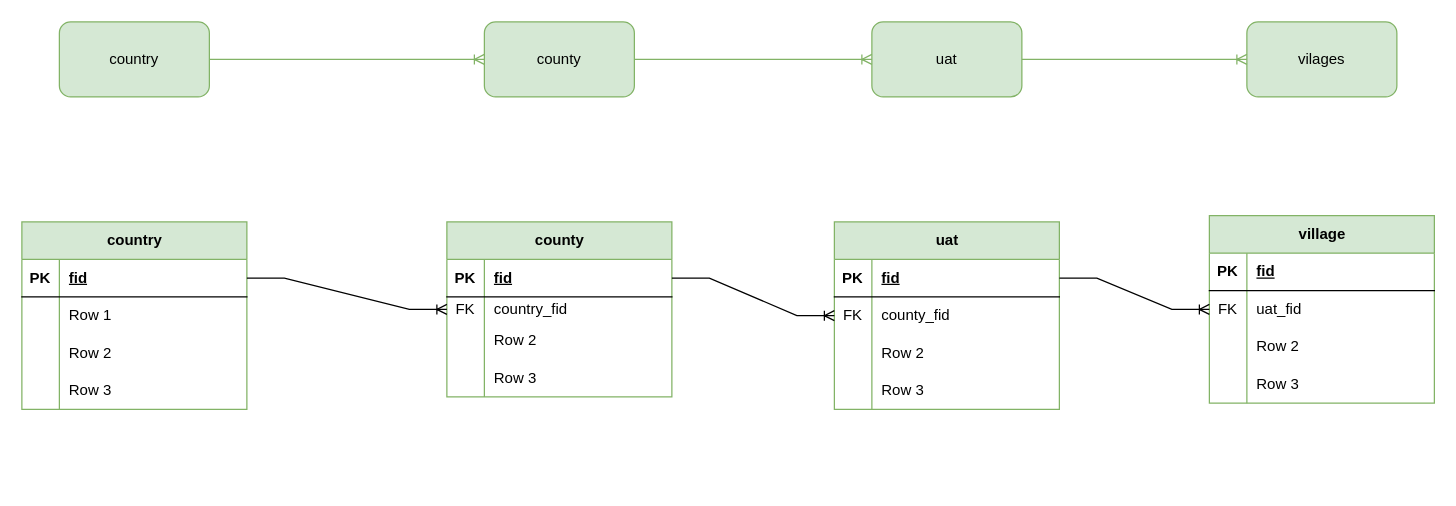
Before: spatial.drawio in vitorjurj/spatial_db, a draw.io diagram. Source tidied: cells renumbered, new cells numbered last; positions are measured from the earlier drawing's top-left corner, leaving out a move shared by most shapes. Both pictures are drawn from the tidied source at 125%, with x=0, y=0 at pixel (21, 21).
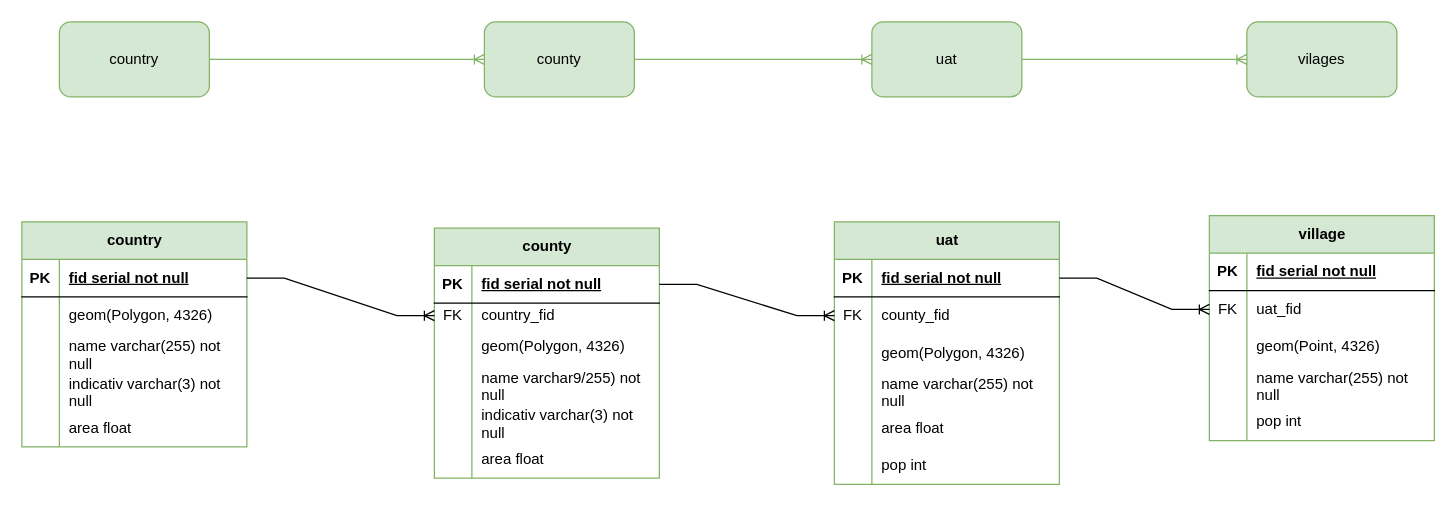
The same diagram, later.

The change refers to these unchanged cells:
```xml
<mxCell id="10" style="shape=tableRow;horizontal=0;startSize=0;swimlaneHead=0;swimlaneBody=0;fillColor=none;points=[[0,0.5],[1,0.5]];portConstraint=eastwest;top=0;left=0;right=0;bottom=1;" parent="9" vertex="1">
  <mxGeometry y="30" width="180" height="30" as="geometry" />
</mxCell>
<mxCell id="13" style="shape=tableRow;horizontal=0;startSize=0;swimlaneHead=0;swimlaneBody=0;fillColor=none;top=0;left=0;right=0;bottom=0;" parent="9" vertex="1">
  <mxGeometry y="60" width="180" height="30" as="geometry" />
</mxCell>
<mxCell id="16" style="shape=tableRow;horizontal=0;startSize=0;swimlaneHead=0;swimlaneBody=0;fillColor=none;top=0;left=0;right=0;bottom=0;" parent="9" vertex="1">
  <mxGeometry y="90" width="180" height="30" as="geometry" />
</mxCell>
<mxCell id="19" style="shape=tableRow;horizontal=0;startSize=0;swimlaneHead=0;swimlaneBody=0;fillColor=none;top=0;left=0;right=0;bottom=0;" parent="9" vertex="1">
  <mxGeometry y="120" width="180" height="30" as="geometry" />
</mxCell>
<mxCell id="23" style="shape=tableRow;horizontal=0;startSize=0;swimlaneHead=0;swimlaneBody=0;fillColor=none;points=[[0,0.5],[1,0.5]];portConstraint=eastwest;top=0;left=0;right=0;bottom=1;" parent="22" vertex="1">
  <mxGeometry y="30" width="180" height="30" as="geometry" />
</mxCell>
<mxCell id="29" style="shape=tableRow;horizontal=0;startSize=0;swimlaneHead=0;swimlaneBody=0;fillColor=none;top=0;left=0;right=0;bottom=0;" parent="22" vertex="1">
  <mxGeometry y="80" width="180" height="30" as="geometry" />
</mxCell>
<mxCell id="32" style="shape=tableRow;horizontal=0;startSize=0;swimlaneHead=0;swimlaneBody=0;fillColor=none;top=0;left=0;right=0;bottom=0;" parent="22" vertex="1">
  <mxGeometry y="110" width="180" height="30" as="geometry" />
</mxCell>
<mxCell id="36" style="shape=tableRow;horizontal=0;startSize=0;swimlaneHead=0;swimlaneBody=0;fillColor=none;points=[[0,0.5],[1,0.5]];portConstraint=eastwest;top=0;left=0;right=0;bottom=1;" parent="35" vertex="1">
  <mxGeometry y="30" width="180" height="30" as="geometry" />
</mxCell>
<mxCell id="42" style="shape=tableRow;horizontal=0;startSize=0;swimlaneHead=0;swimlaneBody=0;fillColor=none;top=0;left=0;right=0;bottom=0;" parent="35" vertex="1">
  <mxGeometry y="90" width="180" height="30" as="geometry" />
</mxCell>
<mxCell id="45" style="shape=tableRow;horizontal=0;startSize=0;swimlaneHead=0;swimlaneBody=0;fillColor=none;top=0;left=0;right=0;bottom=0;" parent="35" vertex="1">
  <mxGeometry y="120" width="180" height="30" as="geometry" />
</mxCell>
<mxCell id="49" style="shape=tableRow;horizontal=0;startSize=0;swimlaneHead=0;swimlaneBody=0;fillColor=none;top=0;left=0;right=0;bottom=1;" parent="48" vertex="1">
  <mxGeometry y="30" width="180" height="30" as="geometry" />
</mxCell>
<mxCell id="55" style="shape=tableRow;horizontal=0;startSize=0;swimlaneHead=0;swimlaneBody=0;fillColor=none;top=0;left=0;right=0;bottom=0;" parent="48" vertex="1">
  <mxGeometry y="90" width="180" height="30" as="geometry" />
</mxCell>
<mxCell id="58" style="shape=tableRow;horizontal=0;startSize=0;swimlaneHead=0;swimlaneBody=0;fillColor=none;top=0;left=0;right=0;bottom=0;" parent="48" vertex="1">
  <mxGeometry y="120" width="180" height="30" as="geometry" />
</mxCell>
```

The edit, as a diff of the source:
```diff
@@
     <mxCell id="9" value="country" style="shape=table;startSize=30;childLayout=tableLayout;rowLines=0;fontStyle=1;align=center;html=1;fillColor=#d5e8d4;strokeColor=#82b366;" parent="1" vertex="1">
-      <mxGeometry y="160" width="180" height="150" as="geometry" />
+      <mxGeometry y="160" width="180" height="180" as="geometry" />
     </mxCell>
@@
-    <mxCell id="12" value="fid" style="shape=partialRectangle;fillColor=none;top=0;left=0;bottom=0;right=0;align=left;spacingLeft=6;fontStyle=5;overflow=hidden;whiteSpace=wrap;html=1;" parent="10" vertex="1">
+    <mxCell id="12" value="fid serial not null" style="shape=partialRectangle;fillColor=none;top=0;left=0;bottom=0;right=0;align=left;spacingLeft=6;fontStyle=5;overflow=hidden;whiteSpace=wrap;html=1;" parent="10" vertex="1">
       <mxGeometry x="30" width="150" height="30" as="geometry" />
     </mxCell>
@@
-    <mxCell id="15" value="Row 1" style="shape=partialRectangle;fillColor=none;top=0;left=0;bottom=0;right=0;align=left;spacingLeft=6;overflow=hidden;whiteSpace=wrap;html=1;" parent="13" vertex="1">
+    <mxCell id="15" value="geom(Polygon, 4326)" style="shape=partialRectangle;fillColor=none;top=0;left=0;bottom=0;right=0;align=left;spacingLeft=6;overflow=hidden;whiteSpace=wrap;html=1;" parent="13" vertex="1">
       <mxGeometry x="30" width="150" height="30" as="geometry" />
     </mxCell>
@@
-    <mxCell id="18" value="Row 2" style="shape=partialRectangle;fillColor=none;top=0;left=0;bottom=0;right=0;align=left;spacingLeft=6;overflow=hidden;whiteSpace=wrap;html=1;" parent="16" vertex="1">
+    <mxCell id="18" value="name varchar(255) not null" style="shape=partialRectangle;fillColor=none;top=0;left=0;bottom=0;right=0;align=left;spacingLeft=6;overflow=hidden;whiteSpace=wrap;html=1;" parent="16" vertex="1">
       <mxGeometry x="30" width="150" height="30" as="geometry" />
     </mxCell>
@@
-    <mxCell id="21" value="Row 3" style="shape=partialRectangle;fillColor=none;top=0;left=0;bottom=0;right=0;align=left;spacingLeft=6;overflow=hidden;whiteSpace=wrap;html=1;" parent="19" vertex="1">
+    <mxCell id="21" value="indicativ varchar(3) not null" style="shape=partialRectangle;fillColor=none;top=0;left=0;bottom=0;right=0;align=left;spacingLeft=6;overflow=hidden;whiteSpace=wrap;html=1;" parent="19" vertex="1">
       <mxGeometry x="30" width="150" height="30" as="geometry" />
     </mxCell>
+    <mxCell id="64" style="shape=tableRow;horizontal=0;startSize=0;swimlaneHead=0;swimlaneBody=0;fillColor=none;top=0;left=0;right=0;bottom=0;" parent="9" vertex="1">
+      <mxGeometry y="150" width="180" height="30" as="geometry" />
+    </mxCell>
+    <mxCell id="65" style="shape=partialRectangle;fillColor=none;top=0;left=0;bottom=0;right=0;overflow=hidden;whiteSpace=wrap;html=1;" parent="64" vertex="1">
+      <mxGeometry width="30" height="30" as="geometry" />
+    </mxCell>
+    <mxCell id="66" value="area float" style="shape=partialRectangle;fillColor=none;top=0;left=0;bottom=0;right=0;align=left;spacingLeft=6;overflow=hidden;whiteSpace=wrap;html=1;" parent="64" vertex="1">
+      <mxGeometry x="30" width="150" height="30" as="geometry" />
+    </mxCell>
     <mxCell id="22" value="county" style="shape=table;startSize=30;childLayout=tableLayout;rowLines=0;fontStyle=1;align=center;html=1;fillColor=#d5e8d4;strokeColor=#82b366;" parent="1" vertex="1">
-      <mxGeometry x="340" y="160" width="180" height="140" as="geometry" />
+      <mxGeometry x="330" y="165" width="180" height="200" as="geometry" />
     </mxCell>
@@
-    <mxCell id="25" value="fid" style="shape=partialRectangle;fillColor=none;top=0;left=0;bottom=0;right=0;align=left;spacingLeft=6;fontStyle=5;overflow=hidden;whiteSpace=wrap;html=1;" parent="23" vertex="1">
+    <mxCell id="25" value="fid serial not null" style="shape=partialRectangle;fillColor=none;top=0;left=0;bottom=0;right=0;align=left;spacingLeft=6;fontStyle=5;overflow=hidden;whiteSpace=wrap;html=1;" parent="23" vertex="1">
       <mxGeometry x="30" width="150" height="30" as="geometry" />
     </mxCell>
@@
-    <mxCell id="31" value="Row 2" style="shape=partialRectangle;fillColor=none;top=0;left=0;bottom=0;right=0;align=left;spacingLeft=6;overflow=hidden;whiteSpace=wrap;html=1;" parent="29" vertex="1">
+    <mxCell id="31" value="geom(Polygon, 4326)" style="shape=partialRectangle;fillColor=none;top=0;left=0;bottom=0;right=0;align=left;spacingLeft=6;overflow=hidden;whiteSpace=wrap;html=1;" parent="29" vertex="1">
       <mxGeometry x="30" width="150" height="30" as="geometry" />
     </mxCell>
@@
-    <mxCell id="34" value="Row 3" style="shape=partialRectangle;fillColor=none;top=0;left=0;bottom=0;right=0;align=left;spacingLeft=6;overflow=hidden;whiteSpace=wrap;html=1;" parent="32" vertex="1">
+    <mxCell id="34" value="name varchar9/255) not null" style="shape=partialRectangle;fillColor=none;top=0;left=0;bottom=0;right=0;align=left;spacingLeft=6;overflow=hidden;whiteSpace=wrap;html=1;" parent="32" vertex="1">
       <mxGeometry x="30" width="150" height="30" as="geometry" />
     </mxCell>
+    <mxCell id="67" style="shape=tableRow;horizontal=0;startSize=0;swimlaneHead=0;swimlaneBody=0;fillColor=none;top=0;left=0;right=0;bottom=0;" parent="22" vertex="1">
+      <mxGeometry y="140" width="180" height="30" as="geometry" />
+    </mxCell>
+    <mxCell id="68" style="shape=partialRectangle;fillColor=none;top=0;left=0;bottom=0;right=0;overflow=hidden;whiteSpace=wrap;html=1;" parent="67" vertex="1">
+      <mxGeometry width="30" height="30" as="geometry" />
+    </mxCell>
+    <mxCell id="69" value="indicativ varchar(3) not null" style="shape=partialRectangle;fillColor=none;top=0;left=0;bottom=0;right=0;align=left;spacingLeft=6;overflow=hidden;whiteSpace=wrap;html=1;" parent="67" vertex="1">
+      <mxGeometry x="30" width="150" height="30" as="geometry" />
+    </mxCell>
+    <mxCell id="70" style="shape=tableRow;horizontal=0;startSize=0;swimlaneHead=0;swimlaneBody=0;fillColor=none;top=0;left=0;right=0;bottom=0;" parent="22" vertex="1">
+      <mxGeometry y="170" width="180" height="30" as="geometry" />
+    </mxCell>
+    <mxCell id="71" style="shape=partialRectangle;fillColor=none;top=0;left=0;bottom=0;right=0;overflow=hidden;whiteSpace=wrap;html=1;" parent="70" vertex="1">
+      <mxGeometry width="30" height="30" as="geometry" />
+    </mxCell>
+    <mxCell id="72" value="area float" style="shape=partialRectangle;fillColor=none;top=0;left=0;bottom=0;right=0;align=left;spacingLeft=6;overflow=hidden;whiteSpace=wrap;html=1;" parent="70" vertex="1">
+      <mxGeometry x="30" width="150" height="30" as="geometry" />
+    </mxCell>
     <mxCell id="35" value="uat" style="shape=table;startSize=30;childLayout=tableLayout;rowLines=0;fontStyle=1;align=center;html=1;fillColor=#d5e8d4;strokeColor=#82b366;" parent="1" vertex="1">
-      <mxGeometry x="650" y="160" width="180" height="150" as="geometry" />
+      <mxGeometry x="650" y="160" width="180" height="210" as="geometry" />
     </mxCell>
@@
-    <mxCell id="38" value="fid" style="shape=partialRectangle;fillColor=none;top=0;left=0;bottom=0;right=0;align=left;spacingLeft=6;fontStyle=5;overflow=hidden;whiteSpace=wrap;html=1;" parent="36" vertex="1">
+    <mxCell id="38" value="fid serial not null" style="shape=partialRectangle;fillColor=none;top=0;left=0;bottom=0;right=0;align=left;spacingLeft=6;fontStyle=5;overflow=hidden;whiteSpace=wrap;html=1;" parent="36" vertex="1">
       <mxGeometry x="30" width="150" height="30" as="geometry" />
     </mxCell>
@@
-    <mxCell id="44" value="Row 2" style="shape=partialRectangle;fillColor=none;top=0;left=0;bottom=0;right=0;align=left;spacingLeft=6;overflow=hidden;whiteSpace=wrap;html=1;" parent="42" vertex="1">
+    <mxCell id="44" value="geom(Polygon, 4326)" style="shape=partialRectangle;fillColor=none;top=0;left=0;bottom=0;right=0;align=left;spacingLeft=6;overflow=hidden;whiteSpace=wrap;html=1;" parent="42" vertex="1">
       <mxGeometry x="30" width="150" height="30" as="geometry" />
     </mxCell>
@@
-    <mxCell id="47" value="Row 3" style="shape=partialRectangle;fillColor=none;top=0;left=0;bottom=0;right=0;align=left;spacingLeft=6;overflow=hidden;whiteSpace=wrap;html=1;" parent="45" vertex="1">
+    <mxCell id="47" value="name varchar(255) not null" style="shape=partialRectangle;fillColor=none;top=0;left=0;bottom=0;right=0;align=left;spacingLeft=6;overflow=hidden;whiteSpace=wrap;html=1;" parent="45" vertex="1">
       <mxGeometry x="30" width="150" height="30" as="geometry" />
     </mxCell>
+    <mxCell id="73" style="shape=tableRow;horizontal=0;startSize=0;swimlaneHead=0;swimlaneBody=0;fillColor=none;top=0;left=0;right=0;bottom=0;" parent="35" vertex="1">
+      <mxGeometry y="150" width="180" height="30" as="geometry" />
+    </mxCell>
+    <mxCell id="74" style="shape=partialRectangle;fillColor=none;top=0;left=0;bottom=0;right=0;overflow=hidden;whiteSpace=wrap;html=1;" parent="73" vertex="1">
+      <mxGeometry width="30" height="30" as="geometry" />
+    </mxCell>
+    <mxCell id="75" value="area float" style="shape=partialRectangle;fillColor=none;top=0;left=0;bottom=0;right=0;align=left;spacingLeft=6;overflow=hidden;whiteSpace=wrap;html=1;" parent="73" vertex="1">
+      <mxGeometry x="30" width="150" height="30" as="geometry" />
+    </mxCell>
+    <mxCell id="76" style="shape=tableRow;horizontal=0;startSize=0;swimlaneHead=0;swimlaneBody=0;fillColor=none;top=0;left=0;right=0;bottom=0;" parent="35" vertex="1">
+      <mxGeometry y="180" width="180" height="30" as="geometry" />
+    </mxCell>
+    <mxCell id="77" style="shape=partialRectangle;fillColor=none;top=0;left=0;bottom=0;right=0;overflow=hidden;whiteSpace=wrap;html=1;" parent="76" vertex="1">
+      <mxGeometry width="30" height="30" as="geometry" />
+    </mxCell>
+    <mxCell id="78" value="pop int" style="shape=partialRectangle;fillColor=none;top=0;left=0;bottom=0;right=0;align=left;spacingLeft=6;overflow=hidden;whiteSpace=wrap;html=1;" parent="76" vertex="1">
+      <mxGeometry x="30" width="150" height="30" as="geometry" />
+    </mxCell>
     <mxCell id="48" value="village" style="shape=table;startSize=30;childLayout=tableLayout;rowLines=0;fontStyle=1;align=center;html=1;fillColor=#d5e8d4;strokeColor=#82b366;" parent="1" vertex="1">
-      <mxGeometry x="950" y="155" width="180" height="150" as="geometry" />
+      <mxGeometry x="950" y="155" width="180" height="180" as="geometry" />
     </mxCell>
@@
-    <mxCell id="51" value="fid" style="shape=partialRectangle;fillColor=none;top=0;left=0;bottom=0;right=0;align=left;spacingLeft=6;fontStyle=5;overflow=hidden;whiteSpace=wrap;html=1;" parent="49" vertex="1">
+    <mxCell id="51" value="fid serial not null" style="shape=partialRectangle;fillColor=none;top=0;left=0;bottom=0;right=0;align=left;spacingLeft=6;fontStyle=5;overflow=hidden;whiteSpace=wrap;html=1;" parent="49" vertex="1">
       <mxGeometry x="30" width="150" height="30" as="geometry" />
     </mxCell>
@@
-    <mxCell id="57" value="Row 2" style="shape=partialRectangle;fillColor=none;top=0;left=0;bottom=0;right=0;align=left;spacingLeft=6;overflow=hidden;whiteSpace=wrap;html=1;" parent="55" vertex="1">
+    <mxCell id="57" value="geom(Point, 4326)" style="shape=partialRectangle;fillColor=none;top=0;left=0;bottom=0;right=0;align=left;spacingLeft=6;overflow=hidden;whiteSpace=wrap;html=1;" parent="55" vertex="1">
       <mxGeometry x="30" width="150" height="30" as="geometry" />
     </mxCell>
@@
-    <mxCell id="60" value="Row 3" style="shape=partialRectangle;fillColor=none;top=0;left=0;bottom=0;right=0;align=left;spacingLeft=6;overflow=hidden;whiteSpace=wrap;html=1;" parent="58" vertex="1">
+    <mxCell id="60" value="name varchar(255) not null" style="shape=partialRectangle;fillColor=none;top=0;left=0;bottom=0;right=0;align=left;spacingLeft=6;overflow=hidden;whiteSpace=wrap;html=1;" parent="58" vertex="1">
       <mxGeometry x="30" width="150" height="30" as="geometry" />
     </mxCell>
+    <mxCell id="79" style="shape=tableRow;horizontal=0;startSize=0;swimlaneHead=0;swimlaneBody=0;fillColor=none;top=0;left=0;right=0;bottom=0;" parent="48" vertex="1">
+      <mxGeometry y="150" width="180" height="30" as="geometry" />
+    </mxCell>
+    <mxCell id="80" style="shape=partialRectangle;fillColor=none;top=0;left=0;bottom=0;right=0;overflow=hidden;whiteSpace=wrap;html=1;" parent="79" vertex="1">
+      <mxGeometry width="30" height="30" as="geometry" />
+    </mxCell>
+    <mxCell id="81" value="pop int" style="shape=partialRectangle;fillColor=none;top=0;left=0;bottom=0;right=0;align=left;spacingLeft=6;overflow=hidden;whiteSpace=wrap;html=1;" parent="79" vertex="1">
+      <mxGeometry x="30" width="150" height="30" as="geometry" />
+    </mxCell>
```
